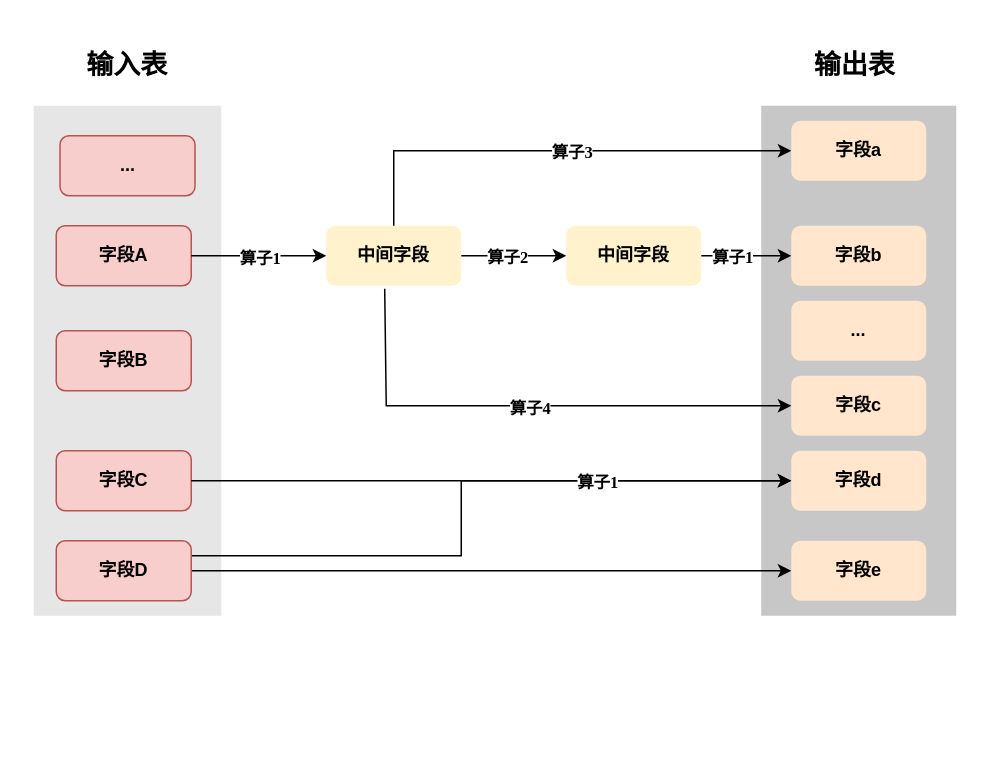
Above: 算子优化.drawio in mineminemine123/work-wiki (draw.io), before the change. Source tidied: cells renumbered, new cells numbered last; positions are measured from the earlier drawing's top-left corner, leaving out a move shared by most shapes. Both pictures are drawn from the tidied source at 150%, with x=0, y=0 at pixel (33, 45).
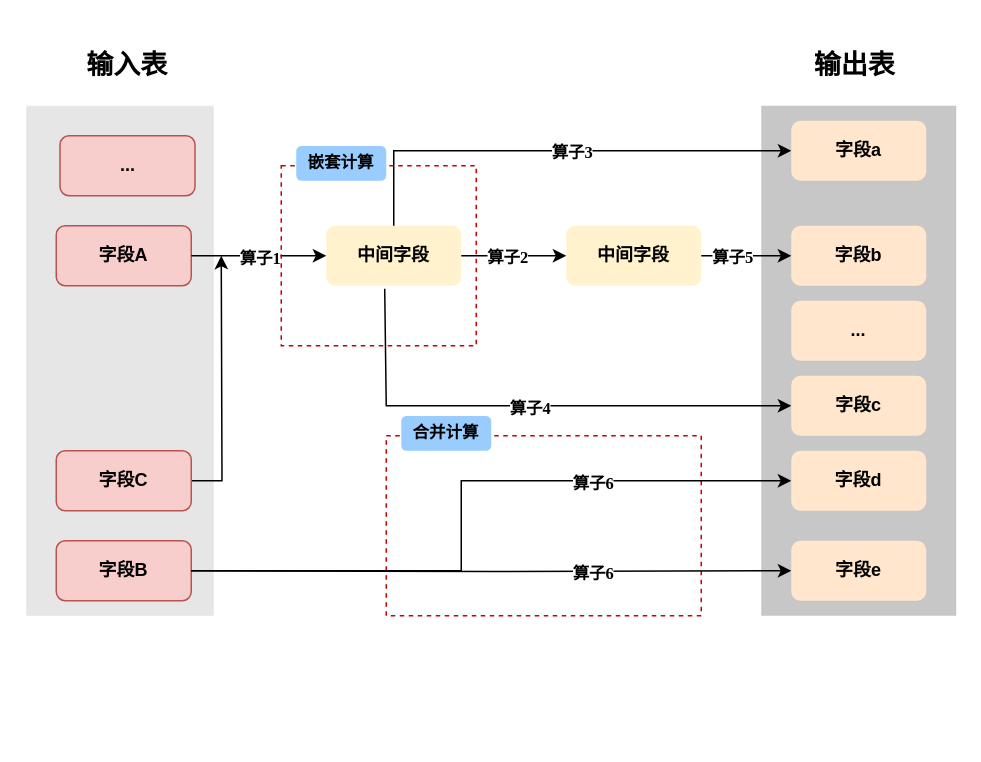
The same diagram, later.

Commit message:
更新算子优化.drawio

The change refers to these unchanged cells:
```xml
<mxCell id="8" value="&lt;h4&gt;字段d&lt;/h4&gt;" style="rounded=1;whiteSpace=wrap;html=1;fillColor=#ffe6cc;strokeColor=none;" parent="1" vertex="1">
  <mxGeometry x="505" y="270" width="90" height="40" as="geometry" />
</mxCell>
<mxCell id="12" value="&lt;h4&gt;字段C&lt;/h4&gt;" style="rounded=1;whiteSpace=wrap;html=1;strokeColor=#b85450;fillColor=#f8cecc;" parent="1" vertex="1">
  <mxGeometry x="15" y="270" width="90" height="40" as="geometry" />
</mxCell>
<mxCell id="15" value="&lt;h4&gt;字段e&lt;/h4&gt;" style="rounded=1;whiteSpace=wrap;html=1;fillColor=#ffe6cc;strokeColor=none;" parent="1" vertex="1">
  <mxGeometry x="505" y="330" width="90" height="40" as="geometry" />
</mxCell>
<mxCell id="29" style="endArrow=classic;html=1;rounded=0;fontFamily=Times New Roman;" parent="1" edge="1" source="9" target="6">
  <mxGeometry relative="1" as="geometry" />
</mxCell>
```

Diff of the diagram source:
```diff
@@
+    <mxCell id="33" style="rounded=0;whiteSpace=wrap;html=1;fontFamily=Times New Roman;fontSize=11;fontColor=default;fillColor=default;strokeColor=#CC0000;dashed=1;" parent="1" vertex="1">
+      <mxGeometry x="235" y="260" width="210" height="120" as="geometry" />
+    </mxCell>
@@
     <mxCell id="3" style="rounded=0;whiteSpace=wrap;html=1;fontFamily=Times New Roman;dashed=1;strokeColor=none;fillColor=#E6E6E6;" parent="1" vertex="1">
-      <mxGeometry y="40" width="125" height="340" as="geometry" />
+      <mxGeometry x="-5" y="40" width="125" height="340" as="geometry" />
     </mxCell>
@@
     <mxCell id="7" value="&lt;h4&gt;字段B&lt;/h4&gt;" style="rounded=1;whiteSpace=wrap;html=1;strokeColor=#b85450;fillColor=#f8cecc;" parent="1" vertex="1">
-      <mxGeometry x="15" y="190" width="90" height="40" as="geometry" />
+      <mxGeometry x="15" y="330" width="90" height="40" as="geometry" />
     </mxCell>
@@
+    <mxCell id="34" style="edgeStyle=orthogonalEdgeStyle;shape=connector;rounded=0;jettySize=auto;html=1;exitX=1;exitY=0.5;exitDx=0;exitDy=0;labelBackgroundColor=default;fontFamily=Times New Roman;fontSize=11;fontColor=default;endArrow=classic;strokeColor=default;" parent="1" edge="1" source="12">
+      <mxGeometry relative="1" as="geometry">
+        <mxPoint x="125" y="140" as="targetPoint" />
+      </mxGeometry>
+    </mxCell>
@@
-    <mxCell id="16" style="edgeStyle=orthogonalEdgeStyle;rounded=0;jettySize=auto;html=1;exitX=1;exitY=0.5;exitDx=0;exitDy=0;fontFamily=Times New Roman;" parent="1" edge="1" source="18" target="15">
-      <mxGeometry relative="1" as="geometry" />
+    <mxCell id="16" style="edgeStyle=orthogonalEdgeStyle;rounded=0;jettySize=auto;html=1;exitX=1;exitY=0.5;exitDx=0;exitDy=0;fontFamily=Times New Roman;" parent="1" edge="1" target="15">
+      <mxGeometry relative="1" as="geometry">
+        <mxPoint x="105" y="350" as="sourcePoint" />
+      </mxGeometry>
     </mxCell>
-    <mxCell id="17" style="edgeStyle=orthogonalEdgeStyle;rounded=0;jettySize=auto;html=1;exitX=1;exitY=0.25;exitDx=0;exitDy=0;entryX=0;entryY=0.5;entryDx=0;entryDy=0;fontFamily=Times New Roman;" parent="1" edge="1" source="18" target="8">
+    <mxCell id="17" style="edgeStyle=orthogonalEdgeStyle;rounded=0;jettySize=auto;html=1;entryX=0;entryY=0.5;entryDx=0;entryDy=0;fontFamily=Times New Roman;" parent="1" edge="1" target="8">
       <mxGeometry relative="1" as="geometry">
+        <mxPoint x="105" y="350" as="sourcePoint" />
         <Array as="points">
-          <mxPoint x="285" y="340" />
+          <mxPoint x="105" y="350" />
+          <mxPoint x="285" y="350" />
           <mxPoint x="285" y="290" />
         </Array>
       </mxGeometry>
     </mxCell>
-    <mxCell id="18" value="&lt;h4&gt;字段D&lt;/h4&gt;" style="rounded=1;whiteSpace=wrap;html=1;strokeColor=#b85450;fillColor=#f8cecc;" parent="1" vertex="1">
-      <mxGeometry x="15" y="330" width="90" height="40" as="geometry" />
-    </mxCell>
@@
-    <mxCell id="27" style="endArrow=classic;html=1;rounded=0;fontFamily=Times New Roman;entryX=0;entryY=0.5;entryDx=0;entryDy=0;exitX=1;exitY=0.5;exitDx=0;exitDy=0;" parent="1" edge="1" source="12" target="8">
-      <mxGeometry relative="1" as="geometry" />
-    </mxCell>
-    <mxCell id="28" value="算子1" style="edgeLabel;html=1;align=center;verticalAlign=middle;fontFamily=Times New Roman;dashed=1;fontStyle=1;" parent="27" vertex="1">
-      <mxGeometry relative="1" as="geometry">
-        <mxPoint x="70" as="offset" />
-      </mxGeometry>
-    </mxCell>
@@
-    <mxCell id="30" value="算子1" style="edgeLabel;html=1;align=center;verticalAlign=middle;fontFamily=Times New Roman;dashed=1;fontStyle=1;" parent="29" vertex="1">
+    <mxCell id="30" value="算子5" style="edgeLabel;html=1;align=center;verticalAlign=middle;fontFamily=Times New Roman;dashed=1;fontStyle=1;" parent="29" vertex="1">
       <mxGeometry relative="1" as="geometry">
         <mxPoint x="-10" as="offset" />
       </mxGeometry>
     </mxCell>
@@
+    <mxCell id="35" value="算子6" style="edgeLabel;html=1;align=center;verticalAlign=middle;fontFamily=Times New Roman;dashed=1;fontStyle=1;" parent="1" vertex="1">
+      <mxGeometry x="375" y="300" as="geometry">
+        <mxPoint x="-3" y="51" as="offset" />
+      </mxGeometry>
+    </mxCell>
+    <mxCell id="36" value="算子6" style="edgeLabel;html=1;align=center;verticalAlign=middle;fontFamily=Times New Roman;dashed=1;fontStyle=1;" parent="1" vertex="1">
+      <mxGeometry x="375" y="240" as="geometry">
+        <mxPoint x="-3" y="51" as="offset" />
+      </mxGeometry>
+    </mxCell>
+    <mxCell id="37" style="rounded=0;whiteSpace=wrap;html=1;fontFamily=Times New Roman;fontSize=11;fontColor=default;fillColor=none;strokeColor=#CC0000;dashed=1;" parent="1" vertex="1">
+      <mxGeometry x="165" y="80" width="130" height="120" as="geometry" />
+    </mxCell>
+    <mxCell id="38" value="&lt;h3&gt;&lt;br&gt;&lt;/h3&gt;" style="text;html=1;strokeColor=none;fillColor=none;align=center;verticalAlign=middle;whiteSpace=wrap;rounded=0;dashed=1;labelBorderColor=none;fontFamily=Times New Roman;fontSize=11;fontColor=none;" parent="1" vertex="1">
+      <mxGeometry x="155" y="427.5" width="60" height="25" as="geometry" />
+    </mxCell>
+    <mxCell id="39" value="&lt;h4&gt;嵌套计算&lt;/h4&gt;" style="rounded=1;whiteSpace=wrap;html=1;dashed=1;labelBorderColor=none;fontFamily=Times New Roman;fontSize=11;fontColor=none;strokeColor=none;fillColor=#99CCFF;" parent="1" vertex="1">
+      <mxGeometry x="175" y="66.8" width="60" height="23.2" as="geometry" />
+    </mxCell>
+    <mxCell id="40" value="&lt;h4&gt;合并计算&lt;/h4&gt;" style="rounded=1;whiteSpace=wrap;html=1;dashed=1;labelBorderColor=none;fontFamily=Times New Roman;fontSize=11;fontColor=none;strokeColor=none;fillColor=#99CCFF;" parent="1" vertex="1">
+      <mxGeometry x="245" y="246.8" width="60" height="23.2" as="geometry" />
+    </mxCell>
```
